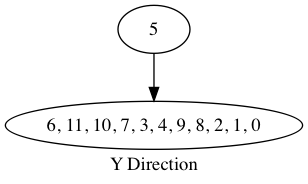
KIKI007/FrameInterlock keeps this Graphviz diagram as cmake-build-release/tmp_1.png. Above is the earlier version. Its source is kept beside it as cmake-build-release/tmp_1.dot.
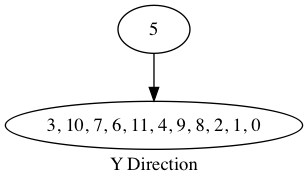
Later version of the same file.

Change to the diagram source:
```diff
@@ -1,3 +1,3 @@
 digraph {
-label="Y Direction"5 -> "6, 11, 10, 7, 3, 4, 9, 8, 2, 1, 0"
+label="Y Direction"5 -> "3, 10, 7, 6, 11, 4, 9, 8, 2, 1, 0"
 }
```
